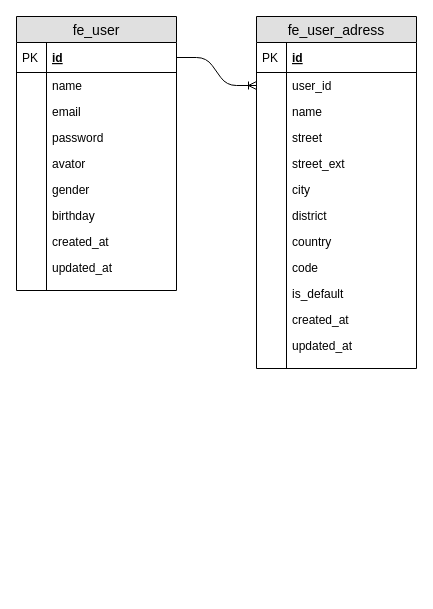
wurh/myDesignDoc keeps this draw.io diagram as 个人开源电商/littlemall_fe_service_sql.drawio. Above is the earlier version. Source tidied: cells renumbered, new cells numbered last; positions are measured from the earlier drawing's top-left corner, leaving out a move shared by most shapes. Both pictures are drawn from the tidied source at 100%, with x=0, y=0 at pixel (16, 16).
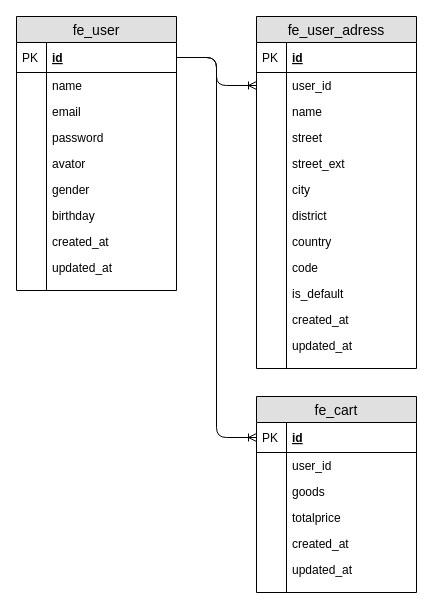
Above is the later version.

The change refers to these unchanged cells:
```xml
<mxCell id="3" value="id" style="shape=partialRectangle;top=0;left=0;right=0;bottom=1;align=left;verticalAlign=middle;fillColor=none;spacingLeft=34;spacingRight=4;overflow=hidden;points=[[0,0.5],[1,0.5]];portConstraint=eastwest;fontStyle=5;fontSize=12;" parent="2" vertex="1">
  <mxGeometry y="26" width="160" height="30" as="geometry" />
</mxCell>
<mxCell id="26" value="user_id" style="shape=partialRectangle;top=0;left=0;right=0;bottom=0;align=left;verticalAlign=top;fillColor=none;spacingLeft=34;spacingRight=4;overflow=hidden;points=[[0,0.5],[1,0.5]];portConstraint=eastwest;fontSize=12;" parent="23" vertex="1">
  <mxGeometry y="56" width="160" height="26" as="geometry" />
</mxCell>
```

Change to the diagram source:
```diff
@@
-    <mxCell id="50" style="edgeStyle=entityRelationEdgeStyle;fontSize=12;html=1;endArrow=ERoneToMany;entryX=0;entryY=0.5;entryDx=0;entryDy=0;" parent="1" edge="1" source="3" target="26">
+    <mxCell id="50" style="edgeStyle=elbowEdgeStyle;fontSize=12;html=1;endArrow=ERoneToMany;entryX=0;entryY=0.5;entryDx=0;entryDy=0;" parent="1" edge="1" source="3" target="26">
       <mxGeometry relative="1" as="geometry" />
     </mxCell>
+    <mxCell id="51" value="fe_cart" style="swimlane;fontStyle=0;horizontal=1;startSize=26;fillColor=#e0e0e0;swimlaneFillColor=#ffffff;align=center;fontSize=14;" parent="1" vertex="1">
+      <mxGeometry x="240" y="380" width="160" height="196" as="geometry" />
+    </mxCell>
+    <mxCell id="52" value="id" style="shape=partialRectangle;top=0;left=0;right=0;bottom=1;align=left;verticalAlign=middle;fillColor=none;spacingLeft=34;spacingRight=4;overflow=hidden;points=[[0,0.5],[1,0.5]];portConstraint=eastwest;fontStyle=5;fontSize=12;" parent="51" vertex="1">
+      <mxGeometry y="26" width="160" height="30" as="geometry" />
+    </mxCell>
+    <mxCell id="53" value="PK" style="shape=partialRectangle;top=0;left=0;bottom=0;fillColor=none;align=left;verticalAlign=middle;spacingLeft=4;spacingRight=4;overflow=hidden;fontSize=12;" parent="52" vertex="1">
+      <mxGeometry width="30" height="30" as="geometry" />
+    </mxCell>
+    <mxCell id="54" value="user_id" style="shape=partialRectangle;top=0;left=0;right=0;bottom=0;align=left;verticalAlign=top;fillColor=none;spacingLeft=34;spacingRight=4;overflow=hidden;fontSize=12;" parent="51" vertex="1">
+      <mxGeometry y="56" width="160" height="26" as="geometry" />
+    </mxCell>
+    <mxCell id="55" style="shape=partialRectangle;top=0;left=0;bottom=0;fillColor=none;align=left;verticalAlign=top;spacingLeft=4;spacingRight=4;overflow=hidden;fontSize=12;" parent="54" vertex="1">
+      <mxGeometry width="30" height="26" as="geometry" />
+    </mxCell>
+    <mxCell id="56" value="goods" style="shape=partialRectangle;top=0;left=0;right=0;bottom=0;align=left;verticalAlign=top;fillColor=none;spacingLeft=34;spacingRight=4;overflow=hidden;fontSize=12;" parent="51" vertex="1">
+      <mxGeometry y="82" width="160" height="26" as="geometry" />
+    </mxCell>
+    <mxCell id="57" style="shape=partialRectangle;top=0;left=0;bottom=0;fillColor=none;align=left;verticalAlign=top;spacingLeft=4;spacingRight=4;overflow=hidden;fontSize=12;" parent="56" vertex="1">
+      <mxGeometry width="30" height="26" as="geometry" />
+    </mxCell>
+    <mxCell id="58" value="totalprice" style="shape=partialRectangle;top=0;left=0;right=0;bottom=0;align=left;verticalAlign=top;fillColor=none;spacingLeft=34;spacingRight=4;overflow=hidden;fontSize=12;" parent="51" vertex="1">
+      <mxGeometry y="108" width="160" height="26" as="geometry" />
+    </mxCell>
+    <mxCell id="59" style="shape=partialRectangle;top=0;left=0;bottom=0;fillColor=none;align=left;verticalAlign=top;spacingLeft=4;spacingRight=4;overflow=hidden;fontSize=12;" parent="58" vertex="1">
+      <mxGeometry width="30" height="26" as="geometry" />
+    </mxCell>
+    <mxCell id="60" value="created_at" style="shape=partialRectangle;top=0;left=0;right=0;bottom=0;align=left;verticalAlign=top;fillColor=none;spacingLeft=34;spacingRight=4;overflow=hidden;fontSize=12;" parent="51" vertex="1">
+      <mxGeometry y="134" width="160" height="26" as="geometry" />
+    </mxCell>
+    <mxCell id="61" style="shape=partialRectangle;top=0;left=0;bottom=0;fillColor=none;align=left;verticalAlign=top;spacingLeft=4;spacingRight=4;overflow=hidden;fontSize=12;" parent="60" vertex="1">
+      <mxGeometry width="30" height="26" as="geometry" />
+    </mxCell>
+    <mxCell id="62" value="updated_at" style="shape=partialRectangle;top=0;left=0;right=0;bottom=0;align=left;verticalAlign=top;fillColor=none;spacingLeft=34;spacingRight=4;overflow=hidden;fontSize=12;" parent="51" vertex="1">
+      <mxGeometry y="160" width="160" height="26" as="geometry" />
+    </mxCell>
+    <mxCell id="63" style="shape=partialRectangle;top=0;left=0;bottom=0;fillColor=none;align=left;verticalAlign=top;spacingLeft=4;spacingRight=4;overflow=hidden;fontSize=12;" parent="62" vertex="1">
+      <mxGeometry width="30" height="26" as="geometry" />
+    </mxCell>
+    <mxCell id="64" style="shape=partialRectangle;top=0;left=0;right=0;bottom=0;align=left;verticalAlign=top;fillColor=none;spacingLeft=34;spacingRight=4;overflow=hidden;fontSize=12;" parent="51" vertex="1">
+      <mxGeometry y="186" width="160" height="10" as="geometry" />
+    </mxCell>
+    <mxCell id="65" style="shape=partialRectangle;top=0;left=0;bottom=0;fillColor=none;align=left;verticalAlign=top;spacingLeft=4;spacingRight=4;overflow=hidden;fontSize=12;" parent="64" vertex="1">
+      <mxGeometry width="30" height="10" as="geometry" />
+    </mxCell>
+    <mxCell id="66" style="edgeStyle=orthogonalEdgeStyle;fontSize=12;html=1;endArrow=ERoneToMany;exitX=1;exitY=0.5;exitDx=0;exitDy=0;entryX=0;entryY=0.5;entryDx=0;entryDy=0;" parent="1" edge="1" source="3" target="52">
+      <mxGeometry relative="1" as="geometry" />
+    </mxCell>
```
